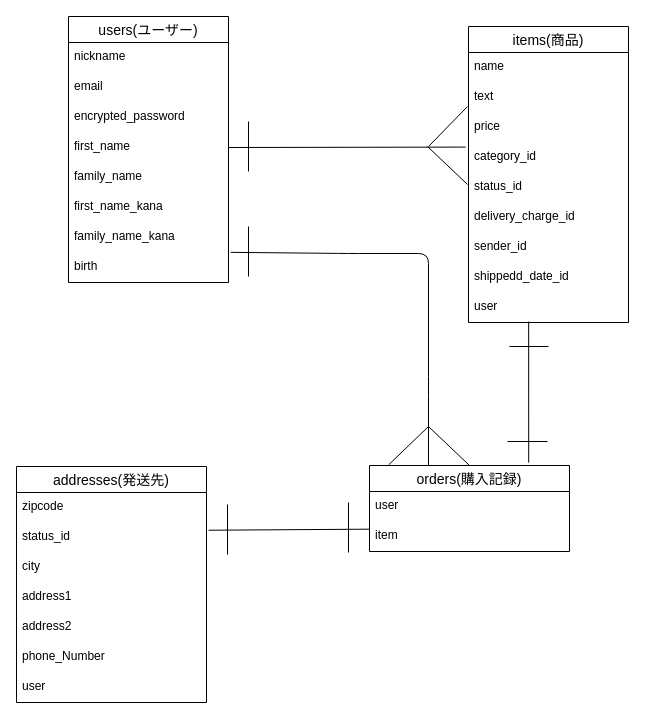
The draw.io diagram config/test.dio in syunkou/furima-38377, before the edit. Source tidied: cells renumbered, new cells numbered last; positions are measured from the earlier drawing's top-left corner, leaving out a move shared by most shapes. Both pictures are drawn from the tidied source at 100%, with x=0, y=0 at pixel (16, 16).
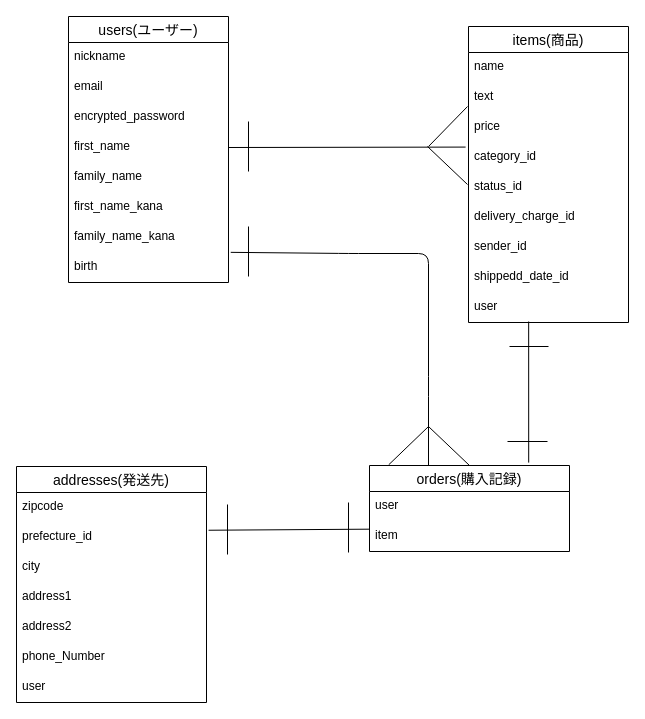
The same page after the edit.

The change refers to these unchanged cells:
```xml
<mxCell id="24" value="addresses(発送先)" style="swimlane;fontStyle=0;horizontal=1;startSize=26;align=center;fontSize=14;strokeColor=default;html=0;" parent="1" vertex="1">
  <mxGeometry y="450" width="190" height="236" as="geometry" />
</mxCell>
```

What changed in the source:
```diff
@@
-    <mxCell id="26" value="status_id" style="text;strokeColor=none;fillColor=none;spacingLeft=4;spacingRight=4;overflow=hidden;points=[[0,0.5],[1,0.5]];portConstraint=eastwest;fontSize=12;html=0;" parent="24" vertex="1">
+    <mxCell id="26" value="prefecture_id" style="text;strokeColor=none;fillColor=none;spacingLeft=4;spacingRight=4;overflow=hidden;points=[[0,0.5],[1,0.5]];portConstraint=eastwest;fontSize=12;html=0;" parent="24" vertex="1">
       <mxGeometry y="56" width="190" height="30" as="geometry" />
     </mxCell>
```
